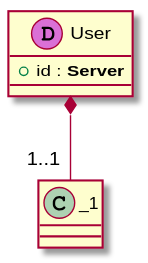
Above: demo/examples/Data-Model-Diagrams/App.svg in Joshcarp/sysl (PlantUML), before the change.
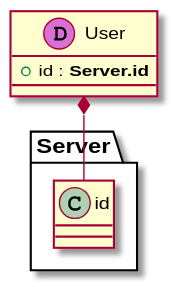
Above is the later version.

What changed in the source:
```diff
@@ -1,7 +1,8 @@
 @startuml
 
+
 class "User" as _0 << (D,orchid) >> {
-+ id : **Server**
++ id : **Server.id**
 }
-_0 *-- "1..1 " _1
+_0  *-- " " Server.id
 @enduml
```
